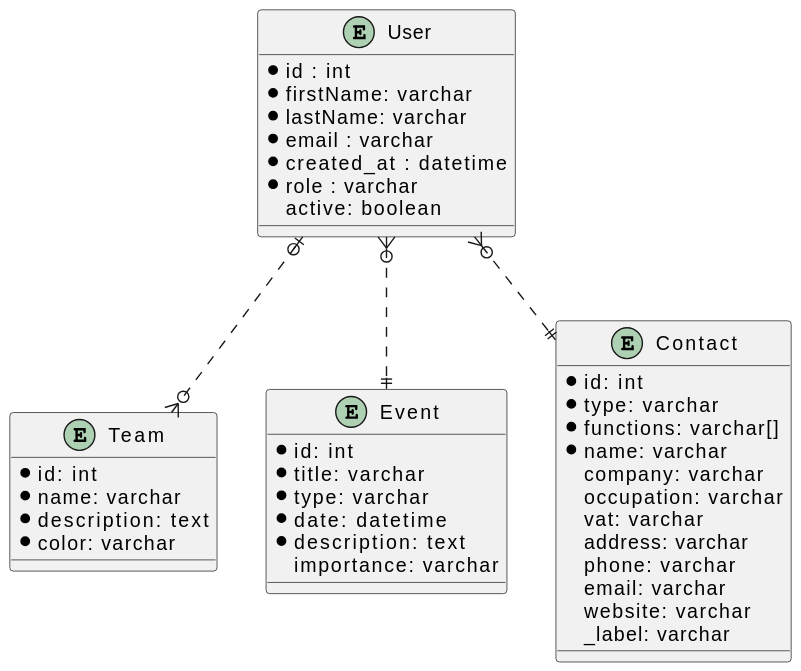
Lukam90/Sym-CRM keeps this PlantUML diagram as document/Database.svg. Above is the earlier version. Source of this version:
```plantuml
@startuml


entity User {
    *id : int
    *firstName: varchar
    *lastName: varchar
    *email : varchar
    *created_at : datetime
    *role : varchar
    active: boolean
}


entity Team {
    *id: int
    *name: varchar
    *description: text
    *color: varchar
}


entity Event {
    *id: int
    *title: varchar
    *type: varchar
    *date: datetime
    *description: text
    importance: varchar
}


entity Contact {
    *id: int
    *type: varchar
    *functions: varchar[]
    *name: varchar
    company: varchar
    occupation: varchar
    vat: varchar
    address: varchar
    phone: varchar
    email: varchar
    website: varchar
    _label: varchar
}



User |o..o{ Team


User }o..|| Event


User }o..|| Contact
@enduml
```
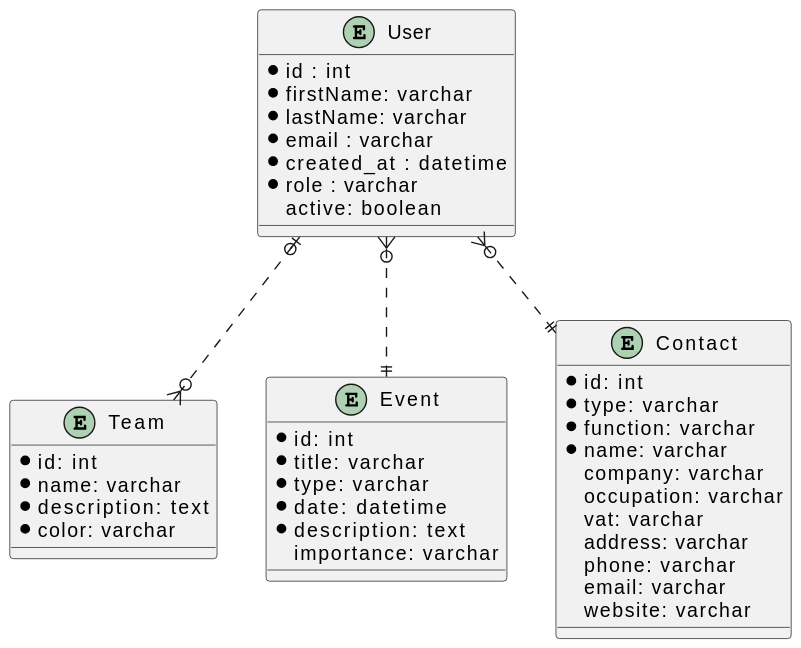
After the change.

What changed in the source:
```diff
@@ -33,7 +33,7 @@
 entity Contact {
     *id: int
     *type: varchar
-    *functions: varchar[]
+    *function: varchar
     *name: varchar
     company: varchar
     occupation: varchar
@@ -42,7 +42,6 @@
     phone: varchar
     email: varchar
     website: varchar
-    _label: varchar
 }
 
 
```
